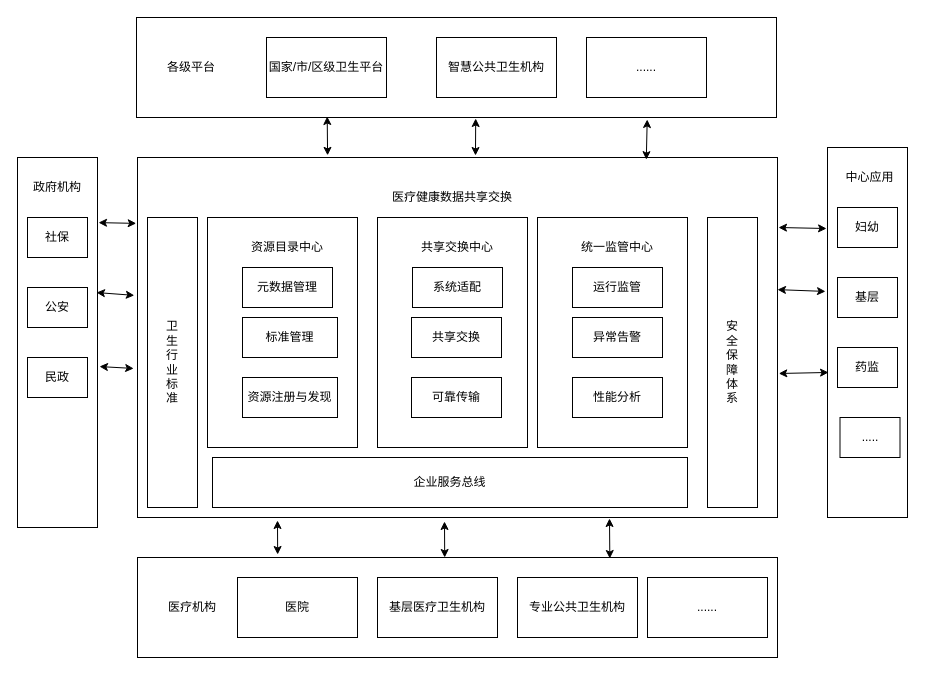
The draw.io diagram source/数据中心数据流向.drawio in SmileCJX/processon, before the edit. Source tidied: cells renumbered, new cells numbered last; positions are measured from the earlier drawing's top-left corner, leaving out a move shared by most shapes. Both pictures are drawn from the tidied source at 100%, with x=0, y=0 at pixel (17, 17).
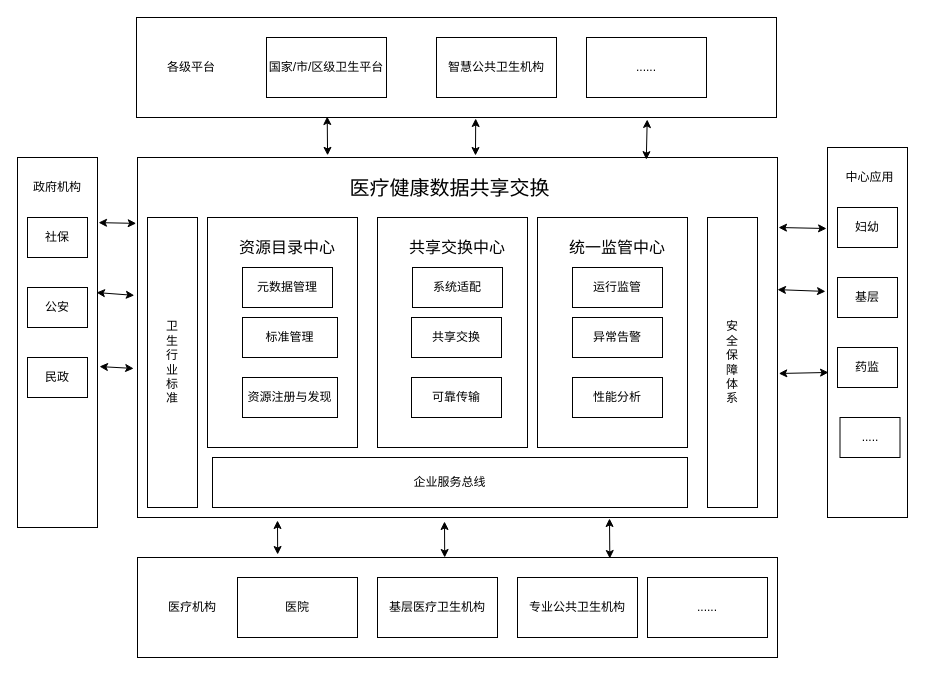
The same page after the edit.

Commit message:
更新数据中心数据流向.drawio

What changed in the source:
```diff
@@
-    <mxCell id="3" value="医疗健康数据共享交换" style="text;html=1;strokeColor=none;fillColor=none;align=center;verticalAlign=middle;whiteSpace=wrap;rounded=0;" parent="1" vertex="1">
-      <mxGeometry x="365" y="170" width="140" height="20" as="geometry" />
+    <mxCell id="3" value="&lt;font style=&quot;font-size: 20px&quot;&gt;医疗健康数据共享交换&lt;/font&gt;" style="text;html=1;strokeColor=none;fillColor=none;align=center;verticalAlign=middle;whiteSpace=wrap;rounded=0;" parent="1" vertex="1">
+      <mxGeometry x="315" y="160" width="235" height="20" as="geometry" />
     </mxCell>
@@
-    <mxCell id="7" value="资源目录中心" style="text;html=1;strokeColor=none;fillColor=none;align=center;verticalAlign=middle;whiteSpace=wrap;rounded=0;" parent="1" vertex="1">
+    <mxCell id="7" value="&lt;font style=&quot;font-size: 16px&quot;&gt;资源目录中心&lt;/font&gt;" style="text;html=1;strokeColor=none;fillColor=none;align=center;verticalAlign=middle;whiteSpace=wrap;rounded=0;" parent="1" vertex="1">
       <mxGeometry x="200" y="220" width="140" height="20" as="geometry" />
     </mxCell>
@@
-    <mxCell id="11" value="共享交换中心" style="text;html=1;strokeColor=none;fillColor=none;align=center;verticalAlign=middle;whiteSpace=wrap;rounded=0;" parent="1" vertex="1">
+    <mxCell id="11" value="&lt;font style=&quot;font-size: 16px&quot;&gt;共享交换中心&lt;/font&gt;" style="text;html=1;strokeColor=none;fillColor=none;align=center;verticalAlign=middle;whiteSpace=wrap;rounded=0;" parent="1" vertex="1">
       <mxGeometry x="370" y="220" width="140" height="20" as="geometry" />
     </mxCell>
@@
-    <mxCell id="15" value="统一监管中心" style="text;html=1;strokeColor=none;fillColor=none;align=center;verticalAlign=middle;whiteSpace=wrap;rounded=0;" parent="1" vertex="1">
+    <mxCell id="15" value="&lt;font style=&quot;font-size: 16px&quot;&gt;统一监管中心&lt;/font&gt;" style="text;html=1;strokeColor=none;fillColor=none;align=center;verticalAlign=middle;whiteSpace=wrap;rounded=0;" parent="1" vertex="1">
       <mxGeometry x="530" y="220" width="140" height="20" as="geometry" />
     </mxCell>
```
